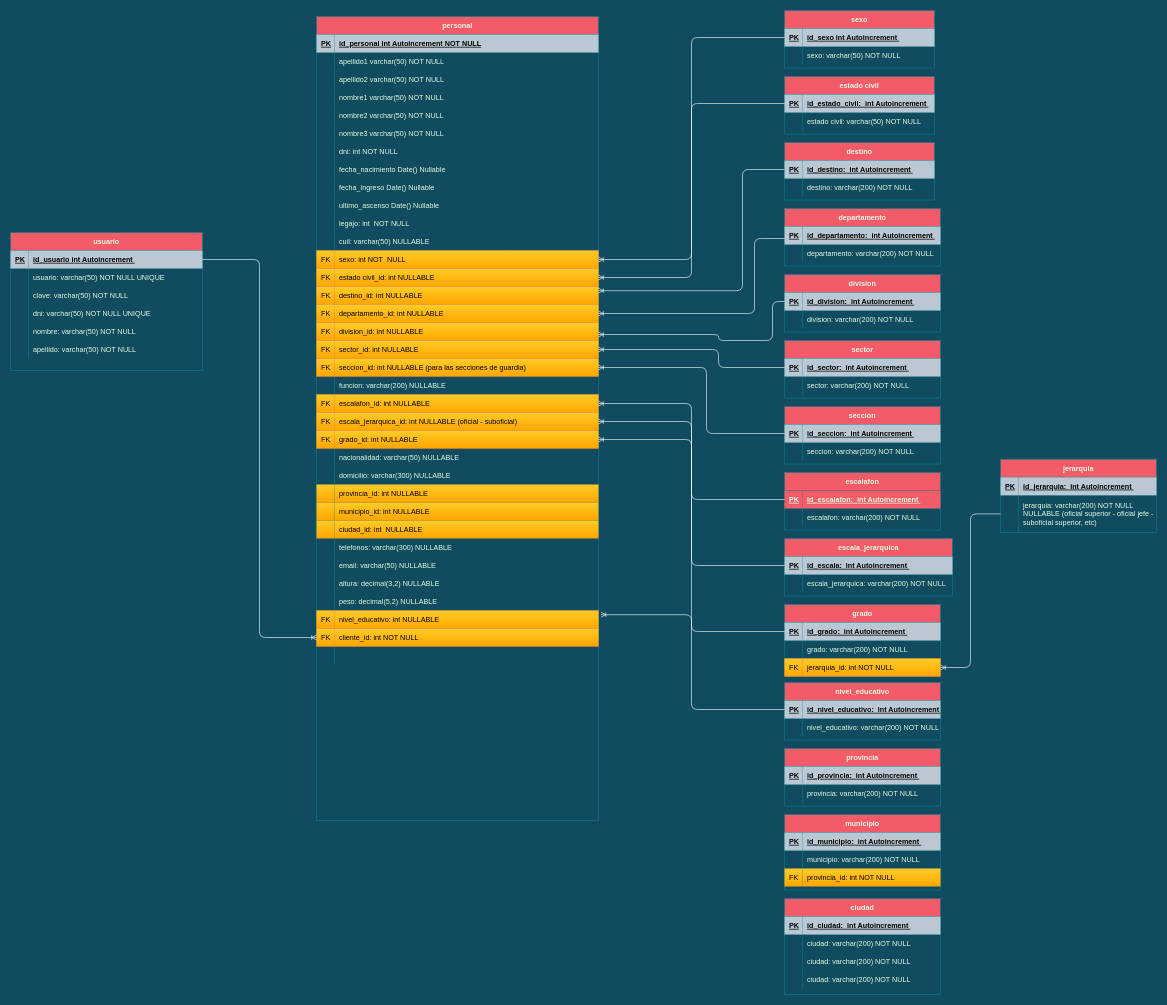
FSALVA157/EsquemasER keeps this draw.io diagram as Cuerpo Penitenciario.drawio. Above is the earlier version. Source tidied: cells renumbered, new cells numbered last; positions are measured from the earlier drawing's top-left corner, leaving out a move shared by most shapes. Both pictures are drawn from the tidied source at 60%, with x=0, y=0 at pixel (10, 10).
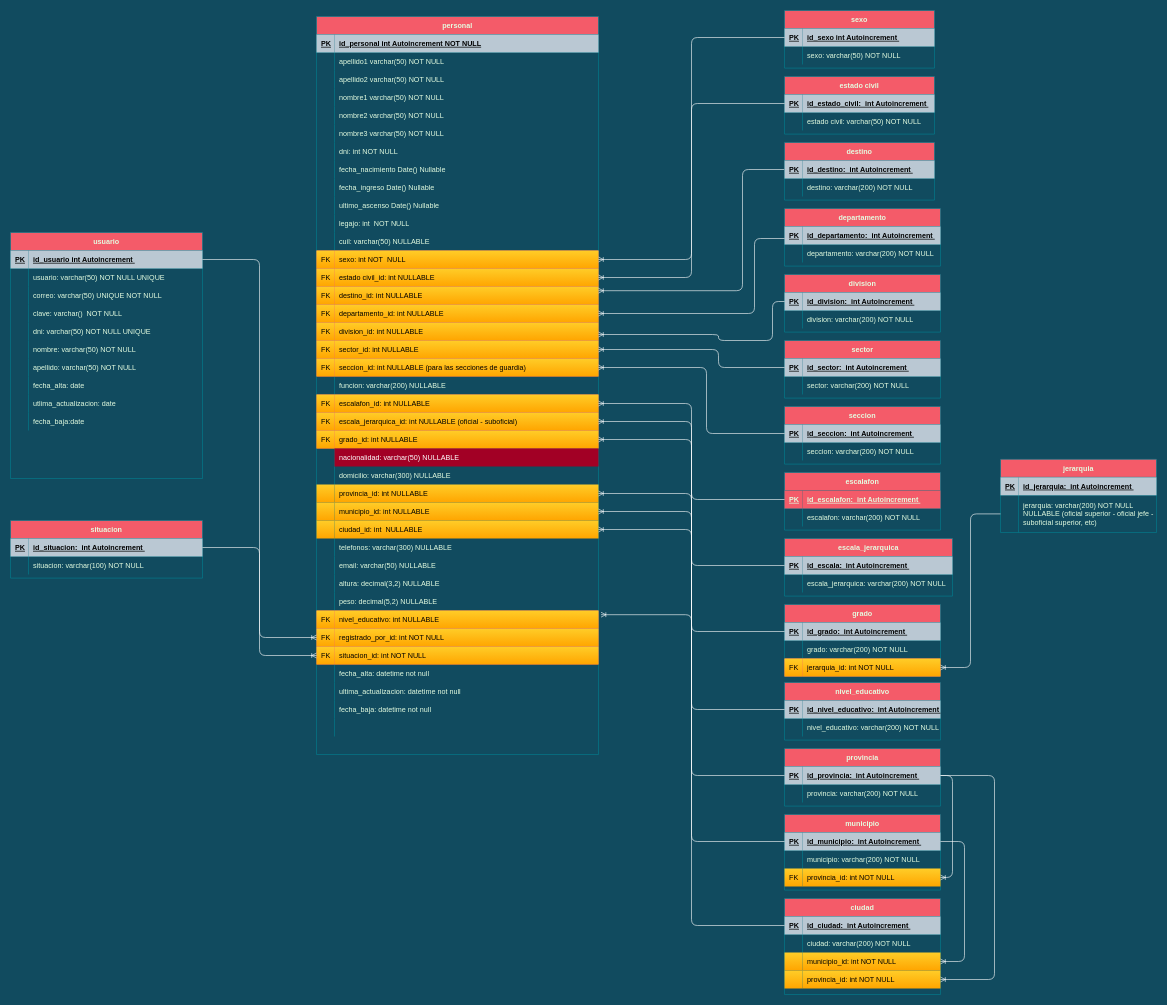
After the change.

Unchanged cells that the change refers to:
```xml
<mxCell id="72" style="shape=partialRectangle;fillColor=none;top=0;left=0;right=0;bottom=0;strokeColor=#028090;fontColor=#E4FDE1;" parent="2" vertex="1">
  <mxGeometry y="720" width="470" height="30" as="geometry" />
</mxCell>
<mxCell id="78" style="shape=partialRectangle;fillColor=none;points=[[0,0.5],[1,0.5]];portConstraint=eastwest;top=0;left=0;right=0;bottom=0;strokeColor=#028090;fontColor=#E4FDE1;" parent="2" vertex="1">
  <mxGeometry y="780" width="470" height="30" as="geometry" />
</mxCell>
<mxCell id="81" style="shape=partialRectangle;fillColor=none;points=[[0,0.5],[1,0.5]];portConstraint=eastwest;top=0;left=0;right=0;bottom=0;strokeColor=#028090;fontColor=#E4FDE1;" parent="2" vertex="1">
  <mxGeometry y="810" width="470" height="30" as="geometry" />
</mxCell>
<mxCell id="84" style="shape=partialRectangle;fillColor=none;points=[[0,0.5],[1,0.5]];portConstraint=eastwest;top=0;left=0;right=0;bottom=0;strokeColor=#028090;fontColor=#E4FDE1;" parent="2" vertex="1">
  <mxGeometry y="840" width="470" height="30" as="geometry" />
</mxCell>
<mxCell id="102" style="shape=partialRectangle;fillColor=#F45B69;points=[[0,0.5],[1,0.5]];portConstraint=eastwest;top=0;left=0;right=0;bottom=0;strokeColor=#028090;fontColor=#E4FDE1;" parent="2" vertex="1">
  <mxGeometry y="1020" width="470" height="30" as="geometry" />
</mxCell>
<mxCell id="214" style="shape=partialRectangle;fillColor=none;top=0;left=0;right=0;bottom=0;strokeColor=#028090;fontColor=#E4FDE1;" parent="207" vertex="1">
  <mxGeometry y="90" width="320" height="30" as="geometry" />
</mxCell>
<mxCell id="228" style="shape=partialRectangle;fillColor=none;points=[[0,0.5],[1,0.5]];portConstraint=eastwest;top=0;left=0;right=0;bottom=1;strokeColor=#028090;fontColor=#E4FDE1;" parent="227" vertex="1">
  <mxGeometry y="30" width="260" height="30" as="geometry" />
</mxCell>
<mxCell id="235" style="shape=partialRectangle;fillColor=none;points=[[0,0.5],[1,0.5]];portConstraint=eastwest;top=0;left=0;right=0;bottom=1;strokeColor=#028090;fontColor=#E4FDE1;" parent="234" vertex="1">
  <mxGeometry y="30" width="260" height="30" as="geometry" />
</mxCell>
<mxCell id="241" style="shape=partialRectangle;fillColor=none;points=[[0,0.5],[1,0.5]];portConstraint=eastwest;top=0;left=0;right=0;bottom=0;strokeColor=#028090;fontColor=#E4FDE1;" parent="234" vertex="1">
  <mxGeometry y="90" width="260" height="30" as="geometry" />
</mxCell>
<mxCell id="245" style="shape=partialRectangle;fillColor=none;points=[[0,0.5],[1,0.5]];portConstraint=eastwest;top=0;left=0;right=0;bottom=1;strokeColor=#028090;fontColor=#E4FDE1;" parent="244" vertex="1">
  <mxGeometry y="30" width="260" height="30" as="geometry" />
</mxCell>
<mxCell id="251" style="shape=partialRectangle;fillColor=none;points=[[0,0.5],[1,0.5]];portConstraint=eastwest;top=0;left=0;right=0;bottom=0;strokeColor=#028090;fontColor=#E4FDE1;" parent="244" vertex="1">
  <mxGeometry y="90" width="260" height="30" as="geometry" />
</mxCell>
<mxCell id="254" style="shape=partialRectangle;fillColor=none;points=[[0,0.5],[1,0.5]];portConstraint=eastwest;top=0;left=0;right=0;bottom=0;strokeColor=#028090;fontColor=#E4FDE1;" parent="244" vertex="1">
  <mxGeometry y="120" width="260" height="30" as="geometry" />
</mxCell>
```

What changed in the source:
```diff
@@
     <mxCell id="2" value="personal" style="shape=table;startSize=30;childLayout=tableLayout;rowLines=0;fontStyle=1;align=center;fillColor=#F45B69;strokeColor=#028090;fontColor=#E4FDE1;" parent="1" vertex="1">
-      <mxGeometry x="510" y="10" width="470" height="1340" as="geometry" />
+      <mxGeometry x="510" y="10" width="470" height="1230" as="geometry" />
     </mxCell>
@@
-    <mxCell id="74" value="nacionalidad: varchar(50) NULLABLE" style="shape=partialRectangle;overflow=hidden;top=0;left=0;bottom=0;right=0;align=left;spacingLeft=6;perimeterSpacing=0;strokeWidth=1;opacity=0;labelBorderColor=none;fillColor=none;strokeColor=#028090;fontColor=#E4FDE1;" parent="72" vertex="1">
+    <mxCell id="74" value="nacionalidad: varchar(50) NULLABLE" style="shape=partialRectangle;overflow=hidden;top=0;left=0;bottom=0;right=0;align=left;spacingLeft=6;perimeterSpacing=0;strokeWidth=1;labelBorderColor=none;fillColor=#a20025;strokeColor=#6F0000;fontColor=#ffffff;" parent="72" vertex="1">
       <mxGeometry x="30" width="440" height="30" as="geometry" />
     </mxCell>
@@
-    <mxCell id="104" value="cliente_id: int NOT NULL " style="shape=partialRectangle;overflow=hidden;top=0;left=0;bottom=0;right=0;align=left;spacingLeft=6;perimeterSpacing=0;strokeWidth=1;labelBorderColor=none;fillColor=#ffcd28;strokeColor=#d79b00;fontColor=#000000;gradientColor=#ffa500;" parent="102" vertex="1">
+    <mxCell id="104" value="registrado_por_id: int NOT NULL " style="shape=partialRectangle;overflow=hidden;top=0;left=0;bottom=0;right=0;align=left;spacingLeft=6;perimeterSpacing=0;strokeWidth=1;labelBorderColor=none;fillColor=#ffcd28;strokeColor=#d79b00;fontColor=#000000;gradientColor=#ffa500;" parent="102" vertex="1">
       <mxGeometry x="30" width="440" height="30" as="geometry" />
     </mxCell>
+    <mxCell id="257" style="shape=partialRectangle;fillColor=#F45B69;points=[[0,0.5],[1,0.5]];portConstraint=eastwest;top=0;left=0;right=0;bottom=0;strokeColor=#028090;fontColor=#E4FDE1;" parent="2" vertex="1">
+      <mxGeometry y="1050" width="470" height="30" as="geometry" />
+    </mxCell>
+    <mxCell id="258" value="FK" style="shape=partialRectangle;overflow=hidden;fillColor=#ffcd28;top=0;left=0;bottom=0;right=0;strokeColor=#d79b00;fontColor=#000000;align=left;strokeWidth=1;gradientColor=#ffa500;spacingLeft=6;" parent="257" vertex="1">
+      <mxGeometry width="30" height="30" as="geometry" />
+    </mxCell>
+    <mxCell id="259" value="situacion_id: int NOT NULL " style="shape=partialRectangle;overflow=hidden;top=0;left=0;bottom=0;right=0;align=left;spacingLeft=6;perimeterSpacing=0;strokeWidth=1;labelBorderColor=none;fillColor=#ffcd28;strokeColor=#d79b00;fontColor=#000000;gradientColor=#ffa500;" parent="257" vertex="1">
+      <mxGeometry x="30" width="440" height="30" as="geometry" />
+    </mxCell>
+    <mxCell id="260" style="shape=partialRectangle;fillColor=none;top=0;left=0;right=0;bottom=0;strokeColor=#028090;fontColor=#E4FDE1;" parent="2" vertex="1">
+      <mxGeometry y="1080" width="470" height="30" as="geometry" />
+    </mxCell>
+    <mxCell id="261" style="shape=partialRectangle;overflow=hidden;fillColor=none;top=0;left=0;bottom=0;right=0;strokeColor=#028090;fontColor=#E4FDE1;" parent="260" vertex="1">
+      <mxGeometry width="30" height="30" as="geometry" />
+    </mxCell>
+    <mxCell id="262" value="fecha_alta: datetime not null " style="shape=partialRectangle;overflow=hidden;top=0;left=0;bottom=0;right=0;align=left;spacingLeft=6;perimeterSpacing=0;strokeWidth=1;opacity=0;labelBorderColor=none;fillColor=none;strokeColor=#028090;fontColor=#E4FDE1;" parent="260" vertex="1">
+      <mxGeometry x="30" width="440" height="30" as="geometry" />
+    </mxCell>
+    <mxCell id="263" style="shape=partialRectangle;fillColor=none;top=0;left=0;right=0;bottom=0;strokeColor=#028090;fontColor=#E4FDE1;" parent="2" vertex="1">
+      <mxGeometry y="1110" width="470" height="30" as="geometry" />
+    </mxCell>
+    <mxCell id="264" style="shape=partialRectangle;overflow=hidden;fillColor=none;top=0;left=0;bottom=0;right=0;strokeColor=#028090;fontColor=#E4FDE1;" parent="263" vertex="1">
+      <mxGeometry width="30" height="30" as="geometry" />
+    </mxCell>
+    <mxCell id="265" value="ultima_actualizacion: datetime not null " style="shape=partialRectangle;overflow=hidden;top=0;left=0;bottom=0;right=0;align=left;spacingLeft=6;perimeterSpacing=0;strokeWidth=1;opacity=0;labelBorderColor=none;fillColor=none;strokeColor=#028090;fontColor=#E4FDE1;" parent="263" vertex="1">
+      <mxGeometry x="30" width="440" height="30" as="geometry" />
+    </mxCell>
+    <mxCell id="266" style="shape=partialRectangle;fillColor=none;top=0;left=0;right=0;bottom=0;strokeColor=#028090;fontColor=#E4FDE1;" parent="2" vertex="1">
+      <mxGeometry y="1140" width="470" height="30" as="geometry" />
+    </mxCell>
+    <mxCell id="267" style="shape=partialRectangle;overflow=hidden;fillColor=none;top=0;left=0;bottom=0;right=0;strokeColor=#028090;fontColor=#E4FDE1;" parent="266" vertex="1">
+      <mxGeometry width="30" height="30" as="geometry" />
+    </mxCell>
+    <mxCell id="268" value="fecha_baja: datetime not null " style="shape=partialRectangle;overflow=hidden;top=0;left=0;bottom=0;right=0;align=left;spacingLeft=6;perimeterSpacing=0;strokeWidth=1;opacity=0;labelBorderColor=none;fillColor=none;strokeColor=#028090;fontColor=#E4FDE1;" parent="266" vertex="1">
+      <mxGeometry x="30" width="440" height="30" as="geometry" />
+    </mxCell>
     <mxCell id="105" style="shape=partialRectangle;fillColor=none;top=0;left=0;right=0;bottom=0;strokeColor=#028090;fontColor=#E4FDE1;" parent="2" vertex="1">
-      <mxGeometry y="1050" width="470" height="30" as="geometry" />
+      <mxGeometry y="1170" width="470" height="30" as="geometry" />
     </mxCell>
@@
     <mxCell id="207" value="usuario" style="shape=table;startSize=30;childLayout=tableLayout;rowLines=0;fontStyle=1;align=center;fillColor=#F45B69;strokeColor=#028090;fontColor=#E4FDE1;" parent="1" vertex="1">
-      <mxGeometry y="370" width="320" height="230" as="geometry" />
+      <mxGeometry y="370" width="320" height="410" as="geometry" />
     </mxCell>
@@
-    <mxCell id="216" value="clave: varchar(50) NOT NULL" style="shape=partialRectangle;overflow=hidden;fillColor=none;top=0;left=0;bottom=0;right=0;align=left;spacingLeft=6;strokeColor=#028090;fontColor=#E4FDE1;" parent="214" vertex="1">
+    <mxCell id="216" value="correo: varchar(50) UNIQUE NOT NULL" style="shape=partialRectangle;overflow=hidden;fillColor=none;top=0;left=0;bottom=0;right=0;align=left;spacingLeft=6;strokeColor=#028090;fontColor=#E4FDE1;" parent="214" vertex="1">
       <mxGeometry x="30" width="290" height="30" as="geometry" />
     </mxCell>
+    <mxCell id="269" style="shape=partialRectangle;fillColor=none;top=0;left=0;right=0;bottom=0;strokeColor=#028090;fontColor=#E4FDE1;" parent="207" vertex="1">
+      <mxGeometry y="120" width="320" height="30" as="geometry" />
+    </mxCell>
+    <mxCell id="270" style="shape=partialRectangle;overflow=hidden;fillColor=none;top=0;left=0;bottom=0;right=0;strokeColor=#028090;fontColor=#E4FDE1;" parent="269" vertex="1">
+      <mxGeometry width="30" height="30" as="geometry" />
+    </mxCell>
+    <mxCell id="271" value="clave: varchar()  NOT NULL" style="shape=partialRectangle;overflow=hidden;fillColor=none;top=0;left=0;bottom=0;right=0;align=left;spacingLeft=6;strokeColor=#028090;fontColor=#E4FDE1;" parent="269" vertex="1">
+      <mxGeometry x="30" width="290" height="30" as="geometry" />
+    </mxCell>
     <mxCell id="217" style="shape=partialRectangle;fillColor=none;top=0;left=0;right=0;bottom=0;strokeColor=#028090;fontColor=#E4FDE1;" parent="207" vertex="1">
-      <mxGeometry y="120" width="320" height="30" as="geometry" />
+      <mxGeometry y="150" width="320" height="30" as="geometry" />
     </mxCell>
@@
     <mxCell id="220" style="shape=partialRectangle;fillColor=none;top=0;left=0;right=0;bottom=0;strokeColor=#028090;fontColor=#E4FDE1;" parent="207" vertex="1">
-      <mxGeometry y="150" width="320" height="30" as="geometry" />
+      <mxGeometry y="180" width="320" height="30" as="geometry" />
     </mxCell>
@@
     <mxCell id="223" style="shape=partialRectangle;fillColor=none;top=0;left=0;right=0;bottom=0;strokeColor=#028090;fontColor=#E4FDE1;" parent="207" vertex="1">
-      <mxGeometry y="180" width="320" height="30" as="geometry" />
+      <mxGeometry y="210" width="320" height="30" as="geometry" />
     </mxCell>
@@
+    <mxCell id="272" style="shape=partialRectangle;fillColor=none;top=0;left=0;right=0;bottom=0;strokeColor=#028090;fontColor=#E4FDE1;" parent="207" vertex="1">
+      <mxGeometry y="240" width="320" height="30" as="geometry" />
+    </mxCell>
+    <mxCell id="273" style="shape=partialRectangle;overflow=hidden;fillColor=none;top=0;left=0;bottom=0;right=0;strokeColor=#028090;fontColor=#E4FDE1;" parent="272" vertex="1">
+      <mxGeometry width="30" height="30" as="geometry" />
+    </mxCell>
+    <mxCell id="274" value="fecha_alta: date" style="shape=partialRectangle;overflow=hidden;fillColor=none;top=0;left=0;bottom=0;right=0;align=left;spacingLeft=6;strokeColor=#028090;fontColor=#E4FDE1;" parent="272" vertex="1">
+      <mxGeometry x="30" width="290" height="30" as="geometry" />
+    </mxCell>
+    <mxCell id="275" style="shape=partialRectangle;fillColor=none;top=0;left=0;right=0;bottom=0;strokeColor=#028090;fontColor=#E4FDE1;" parent="207" vertex="1">
+      <mxGeometry y="270" width="320" height="30" as="geometry" />
+    </mxCell>
+    <mxCell id="276" style="shape=partialRectangle;overflow=hidden;fillColor=none;top=0;left=0;bottom=0;right=0;strokeColor=#028090;fontColor=#E4FDE1;" parent="275" vertex="1">
+      <mxGeometry width="30" height="30" as="geometry" />
+    </mxCell>
+    <mxCell id="277" value="utlima_actualizacion: date" style="shape=partialRectangle;overflow=hidden;fillColor=none;top=0;left=0;bottom=0;right=0;align=left;spacingLeft=6;strokeColor=#028090;fontColor=#E4FDE1;" parent="275" vertex="1">
+      <mxGeometry x="30" width="290" height="30" as="geometry" />
+    </mxCell>
+    <mxCell id="278" style="shape=partialRectangle;fillColor=none;top=0;left=0;right=0;bottom=0;strokeColor=#028090;fontColor=#E4FDE1;" parent="207" vertex="1">
+      <mxGeometry y="300" width="320" height="30" as="geometry" />
+    </mxCell>
+    <mxCell id="279" style="shape=partialRectangle;overflow=hidden;fillColor=none;top=0;left=0;bottom=0;right=0;strokeColor=#028090;fontColor=#E4FDE1;" parent="278" vertex="1">
+      <mxGeometry width="30" height="30" as="geometry" />
+    </mxCell>
+    <mxCell id="280" value="fecha_baja:date" style="shape=partialRectangle;overflow=hidden;fillColor=none;top=0;left=0;bottom=0;right=0;align=left;spacingLeft=6;strokeColor=#028090;fontColor=#E4FDE1;" parent="278" vertex="1">
+      <mxGeometry x="30" width="290" height="30" as="geometry" />
+    </mxCell>
@@
-    <mxCell id="252" style="shape=partialRectangle;overflow=hidden;fillColor=none;top=0;left=0;bottom=0;right=0;strokeColor=#028090;fontColor=#E4FDE1;" parent="251" vertex="1">
+    <mxCell id="252" style="shape=partialRectangle;overflow=hidden;fillColor=#ffcd28;top=0;left=0;bottom=0;right=0;strokeColor=#d79b00;fontColor=#000000;align=left;strokeWidth=1;gradientColor=#ffa500;spacingLeft=6;" parent="251" vertex="1">
       <mxGeometry width="30" height="30" as="geometry" />
     </mxCell>
-    <mxCell id="253" value="ciudad: varchar(200) NOT NULL" style="shape=partialRectangle;overflow=hidden;fillColor=none;top=0;left=0;bottom=0;right=0;align=left;spacingLeft=6;strokeColor=#028090;fontColor=#E4FDE1;" parent="251" vertex="1">
+    <mxCell id="253" value="municipio_id: int NOT NULL" style="shape=partialRectangle;overflow=hidden;fillColor=#ffcd28;top=0;left=0;bottom=0;right=0;align=left;spacingLeft=6;strokeColor=#d79b00;fontColor=#000000;strokeWidth=1;gradientColor=#ffa500;" parent="251" vertex="1">
       <mxGeometry x="30" width="230" height="30" as="geometry" />
     </mxCell>
@@
-    <mxCell id="255" style="shape=partialRectangle;overflow=hidden;fillColor=none;top=0;left=0;bottom=0;right=0;strokeColor=#028090;fontColor=#E4FDE1;" parent="254" vertex="1">
+    <mxCell id="255" style="shape=partialRectangle;overflow=hidden;fillColor=#ffcd28;top=0;left=0;bottom=0;right=0;strokeColor=#d79b00;fontColor=#000000;align=left;strokeWidth=1;gradientColor=#ffa500;spacingLeft=6;" parent="254" vertex="1">
       <mxGeometry width="30" height="30" as="geometry" />
     </mxCell>
-    <mxCell id="256" value="ciudad: varchar(200) NOT NULL" style="shape=partialRectangle;overflow=hidden;fillColor=none;top=0;left=0;bottom=0;right=0;align=left;spacingLeft=6;strokeColor=#028090;fontColor=#E4FDE1;" parent="254" vertex="1">
+    <mxCell id="256" value="provincia_id: int NOT NULL" style="shape=partialRectangle;overflow=hidden;fillColor=#ffcd28;top=0;left=0;bottom=0;right=0;align=left;spacingLeft=6;strokeColor=#d79b00;fontColor=#000000;strokeWidth=1;gradientColor=#ffa500;" parent="254" vertex="1">
       <mxGeometry x="30" width="230" height="30" as="geometry" />
     </mxCell>
+    <mxCell id="281" style="edgeStyle=orthogonalEdgeStyle;rounded=1;jettySize=auto;html=1;entryX=1;entryY=0.5;entryDx=0;entryDy=0;endArrow=ERoneToMany;endFill=0;strokeColor=#FFFFFF;" parent="1" edge="1" source="228" target="78">
+      <mxGeometry relative="1" as="geometry" />
+    </mxCell>
+    <mxCell id="282" style="edgeStyle=orthogonalEdgeStyle;rounded=1;jettySize=auto;html=1;endArrow=ERoneToMany;endFill=0;strokeColor=#FFFFFF;" parent="1" edge="1" source="235" target="81">
+      <mxGeometry relative="1" as="geometry" />
+    </mxCell>
+    <mxCell id="283" style="edgeStyle=orthogonalEdgeStyle;rounded=1;jettySize=auto;html=1;endArrow=ERoneToMany;endFill=0;strokeColor=#FFFFFF;" parent="1" edge="1" source="245" target="84">
+      <mxGeometry relative="1" as="geometry" />
+    </mxCell>
+    <mxCell id="284" style="edgeStyle=orthogonalEdgeStyle;rounded=1;jettySize=auto;html=1;entryX=1;entryY=0.5;entryDx=0;entryDy=0;endArrow=ERoneToMany;endFill=0;strokeColor=#FFFFFF;" parent="1" edge="1" source="228" target="241">
+      <mxGeometry relative="1" as="geometry">
+        <Array as="points">
+          <mxPoint x="1570" y="1275" />
+          <mxPoint x="1570" y="1445" />
+        </Array>
+      </mxGeometry>
+    </mxCell>
+    <mxCell id="285" style="edgeStyle=orthogonalEdgeStyle;rounded=1;jettySize=auto;html=1;entryX=1;entryY=0.5;entryDx=0;entryDy=0;endArrow=ERoneToMany;endFill=0;strokeColor=#FFFFFF;" parent="1" edge="1" source="228" target="254">
+      <mxGeometry relative="1" as="geometry">
+        <Array as="points">
+          <mxPoint x="1640" y="1275" />
+          <mxPoint x="1640" y="1615" />
+        </Array>
+      </mxGeometry>
+    </mxCell>
+    <mxCell id="286" style="edgeStyle=orthogonalEdgeStyle;rounded=1;jettySize=auto;html=1;entryX=1;entryY=0.5;entryDx=0;entryDy=0;endArrow=ERoneToMany;endFill=0;strokeColor=#FFFFFF;" parent="1" edge="1" source="235" target="251">
+      <mxGeometry relative="1" as="geometry">
+        <Array as="points">
+          <mxPoint x="1590" y="1385" />
+          <mxPoint x="1590" y="1585" />
+        </Array>
+      </mxGeometry>
+    </mxCell>
+    <mxCell id="287" value="situacion" style="shape=table;startSize=30;childLayout=tableLayout;rowLines=0;fontStyle=1;align=center;fillColor=#F45B69;strokeColor=#028090;fontColor=#E4FDE1;" parent="1" vertex="1">
+      <mxGeometry y="850" width="320" height="96" as="geometry" />
+    </mxCell>
+    <mxCell id="288" style="shape=partialRectangle;fillColor=none;points=[[0,0.5],[1,0.5]];portConstraint=eastwest;top=0;left=0;right=0;bottom=1;strokeColor=#028090;fontColor=#E4FDE1;" parent="287" vertex="1">
+      <mxGeometry y="30" width="320" height="30" as="geometry" />
+    </mxCell>
+    <mxCell id="289" value="PK" style="shape=partialRectangle;overflow=hidden;fillColor=#bac8d3;top=0;left=0;bottom=0;right=0;fontStyle=5;align=left;strokeColor=#23445d;spacingLeft=6;fontColor=#000000;" parent="288" vertex="1">
+      <mxGeometry width="30" height="30" as="geometry" />
+    </mxCell>
+    <mxCell id="290" value="id_situacion:  int Autoincrement " style="shape=partialRectangle;overflow=hidden;fillColor=#bac8d3;top=0;left=0;bottom=0;right=0;align=left;fontStyle=5;strokeColor=#23445d;spacingLeft=6;fontColor=#000000;" parent="288" vertex="1">
+      <mxGeometry x="30" width="290" height="30" as="geometry" />
+    </mxCell>
+    <mxCell id="291" style="shape=partialRectangle;fillColor=none;top=0;left=0;right=0;bottom=0;strokeColor=#028090;fontColor=#E4FDE1;" parent="287" vertex="1">
+      <mxGeometry y="60" width="320" height="30" as="geometry" />
+    </mxCell>
+    <mxCell id="292" style="shape=partialRectangle;overflow=hidden;fillColor=none;top=0;left=0;bottom=0;right=0;strokeColor=#028090;fontColor=#E4FDE1;" parent="291" vertex="1">
+      <mxGeometry width="30" height="30" as="geometry" />
+    </mxCell>
+    <mxCell id="293" value="situacion: varchar(100) NOT NULL" style="shape=partialRectangle;overflow=hidden;fillColor=none;top=0;left=0;bottom=0;right=0;align=left;spacingLeft=6;strokeColor=#028090;fontColor=#E4FDE1;" parent="291" vertex="1">
+      <mxGeometry x="30" width="290" height="30" as="geometry" />
+    </mxCell>
+    <mxCell id="294" style="edgeStyle=orthogonalEdgeStyle;rounded=1;jettySize=auto;html=1;entryX=0;entryY=0.5;entryDx=0;entryDy=0;endArrow=ERoneToMany;endFill=0;strokeColor=#FFFFFF;" parent="1" edge="1" source="288" target="257">
+      <mxGeometry relative="1" as="geometry" />
+    </mxCell>
```
